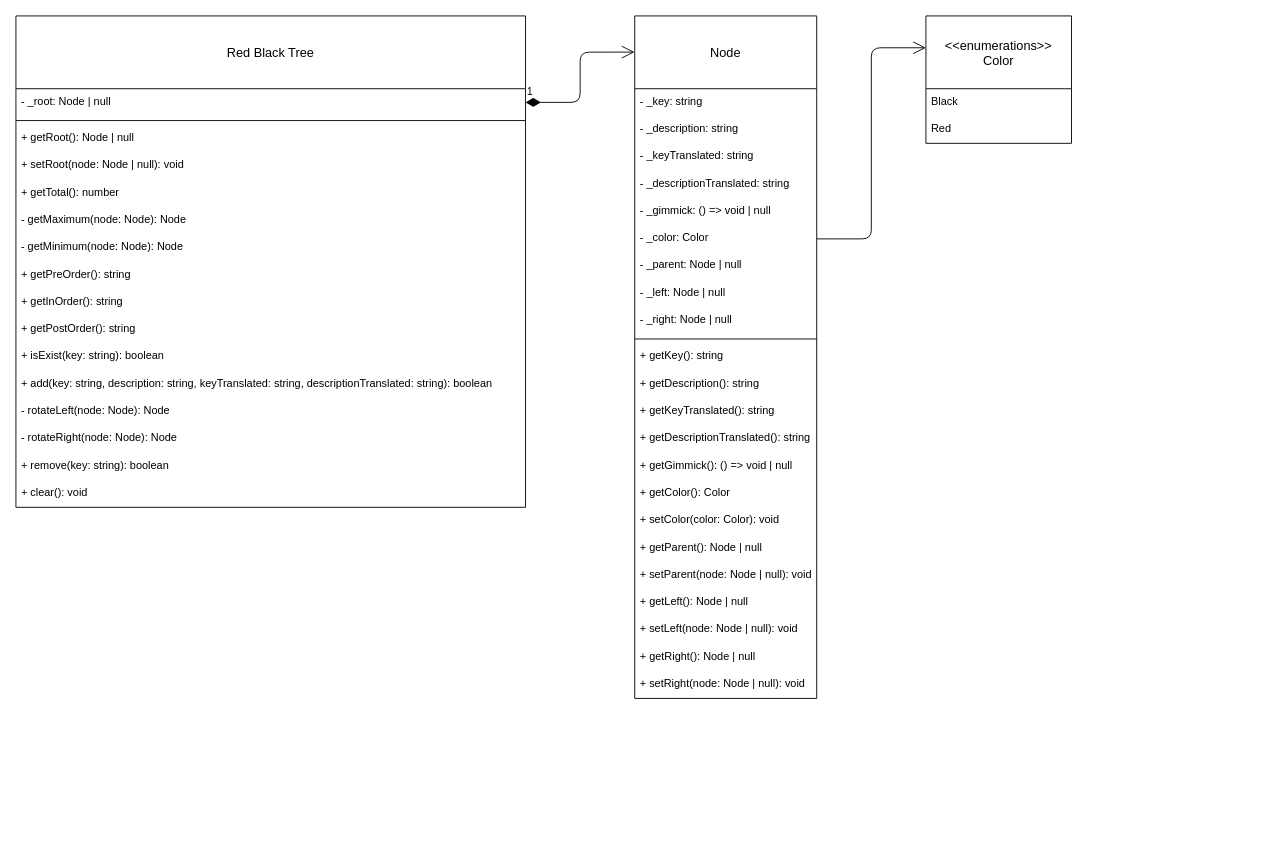
Above: diagram/class-diagram.drawio in Lexionary/Lexionary (draw.io), before the change. Source tidied: cells renumbered, new cells numbered last; positions are measured from the earlier drawing's top-left corner, leaving out a move shared by most shapes. Both pictures are drawn from the tidied source at 91%, with x=0, y=0 at pixel (15, 15).
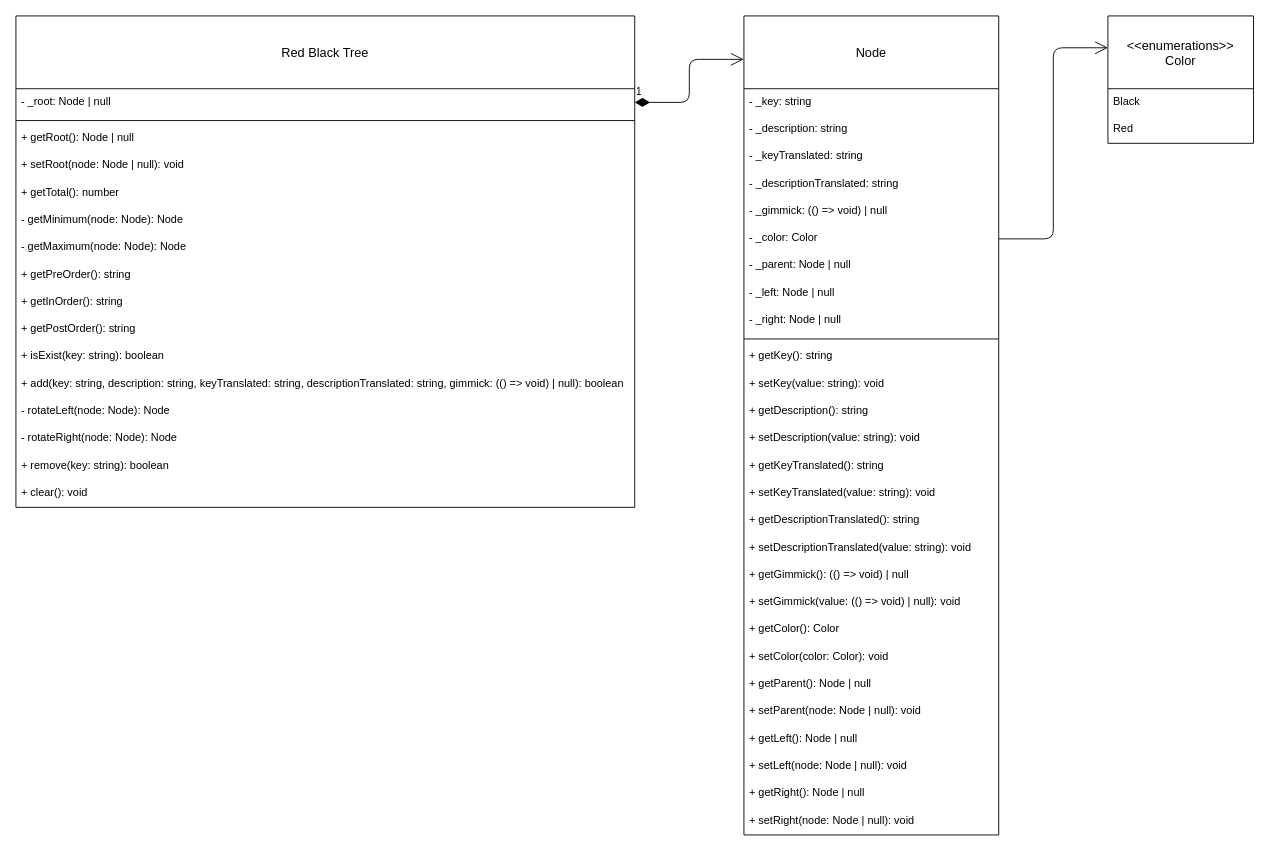
The same diagram, later.

What changed in the source:
```diff
@@
     <mxCell id="2" value="Node" style="swimlane;fontStyle=0;horizontal=1;startSize=80;align=center;fontSize=14;direction=east;" parent="1" vertex="1">
-      <mxGeometry x="680" width="200" height="750" as="geometry" />
+      <mxGeometry x="800" width="280" height="900" as="geometry" />
     </mxCell>
     <mxCell id="3" value="- _key: string" style="text;strokeColor=none;fillColor=none;spacingLeft=4;spacingRight=4;overflow=hidden;fontSize=12;" parent="2" vertex="1">
-      <mxGeometry y="80" width="200" height="30" as="geometry" />
+      <mxGeometry y="80" width="280" height="30" as="geometry" />
     </mxCell>
     <mxCell id="4" value="- _description: string" style="text;strokeColor=none;fillColor=none;spacingLeft=4;spacingRight=4;overflow=hidden;fontSize=12;" parent="2" vertex="1">
-      <mxGeometry y="110" width="200" height="30" as="geometry" />
+      <mxGeometry y="110" width="280" height="30" as="geometry" />
     </mxCell>
     <mxCell id="5" value="- _keyTranslated: string" style="text;strokeColor=none;fillColor=none;spacingLeft=4;spacingRight=4;overflow=hidden;fontSize=12;" parent="2" vertex="1">
-      <mxGeometry y="140" width="200" height="30" as="geometry" />
+      <mxGeometry y="140" width="280" height="30" as="geometry" />
     </mxCell>
     <mxCell id="6" value="- _descriptionTranslated: string" style="text;strokeColor=none;fillColor=none;spacingLeft=4;spacingRight=4;overflow=hidden;fontSize=12;" parent="2" vertex="1">
-      <mxGeometry y="170" width="200" height="30" as="geometry" />
+      <mxGeometry y="170" width="280" height="30" as="geometry" />
     </mxCell>
-    <mxCell id="7" value="- _gimmick: () =&gt; void | null" style="text;strokeColor=none;fillColor=none;spacingLeft=4;spacingRight=4;overflow=hidden;fontSize=12;" parent="2" vertex="1">
-      <mxGeometry y="200" width="200" height="30" as="geometry" />
+    <mxCell id="7" value="- _gimmick: (() =&gt; void) | null" style="text;strokeColor=none;fillColor=none;spacingLeft=4;spacingRight=4;overflow=hidden;fontSize=12;" parent="2" vertex="1">
+      <mxGeometry y="200" width="280" height="30" as="geometry" />
     </mxCell>
     <mxCell id="8" value="- _color: Color" style="text;strokeColor=none;fillColor=none;spacingLeft=4;spacingRight=4;overflow=hidden;points=[[0,0.5],[1,0.5]];portConstraint=eastwest;fontSize=12;" parent="2" vertex="1">
-      <mxGeometry y="230" width="200" height="30" as="geometry" />
+      <mxGeometry y="230" width="280" height="30" as="geometry" />
     </mxCell>
     <mxCell id="9" value="- _parent: Node | null" style="text;strokeColor=none;fillColor=none;spacingLeft=4;spacingRight=4;overflow=hidden;fontSize=12;" parent="2" vertex="1">
-      <mxGeometry y="260" width="200" height="30" as="geometry" />
+      <mxGeometry y="260" width="280" height="30" as="geometry" />
     </mxCell>
     <mxCell id="10" value="- _left: Node | null" style="text;strokeColor=none;fillColor=none;spacingLeft=4;spacingRight=4;overflow=hidden;fontSize=12;" parent="2" vertex="1">
-      <mxGeometry y="290" width="200" height="30" as="geometry" />
+      <mxGeometry y="290" width="280" height="30" as="geometry" />
     </mxCell>
     <mxCell id="11" value="- _right: Node | null" style="text;strokeColor=none;fillColor=none;spacingLeft=4;spacingRight=4;overflow=hidden;fontSize=12;" parent="2" vertex="1">
-      <mxGeometry y="320" width="200" height="30" as="geometry" />
+      <mxGeometry y="320" width="280" height="30" as="geometry" />
     </mxCell>
     <mxCell id="12" style="line;strokeWidth=1;dashed=0;labelPosition=right;align=left;verticalAlign=middle;spacingTop=0;spacingLeft=6;" parent="2" vertex="1">
-      <mxGeometry y="350" width="200" height="10" as="geometry" />
+      <mxGeometry y="350" width="280" height="10" as="geometry" />
     </mxCell>
     <mxCell id="13" value="+ getKey(): string" style="text;strokeColor=none;fillColor=none;spacingLeft=4;spacingRight=4;overflow=hidden;fontSize=12;" parent="2" vertex="1">
-      <mxGeometry y="360" width="200" height="30" as="geometry" />
+      <mxGeometry y="360" width="280" height="30" as="geometry" />
     </mxCell>
+    <mxCell id="48" value="+ setKey(value: string): void" style="text;strokeColor=none;fillColor=none;spacingLeft=4;spacingRight=4;overflow=hidden;fontSize=12;" parent="2" vertex="1">
+      <mxGeometry y="390" width="280" height="30" as="geometry" />
+    </mxCell>
     <mxCell id="14" value="+ getDescription(): string" style="text;strokeColor=none;fillColor=none;spacingLeft=4;spacingRight=4;overflow=hidden;fontSize=12;" parent="2" vertex="1">
-      <mxGeometry y="390" width="200" height="30" as="geometry" />
+      <mxGeometry y="420" width="280" height="30" as="geometry" />
     </mxCell>
+    <mxCell id="49" value="+ setDescription(value: string): void" style="text;strokeColor=none;fillColor=none;spacingLeft=4;spacingRight=4;overflow=hidden;fontSize=12;" parent="2" vertex="1">
+      <mxGeometry y="450" width="280" height="30" as="geometry" />
+    </mxCell>
     <mxCell id="15" value="+ getKeyTranslated(): string" style="text;strokeColor=none;fillColor=none;spacingLeft=4;spacingRight=4;overflow=hidden;fontSize=12;" parent="2" vertex="1">
-      <mxGeometry y="420" width="200" height="30" as="geometry" />
+      <mxGeometry y="480" width="280" height="30" as="geometry" />
     </mxCell>
+    <mxCell id="50" value="+ setKeyTranslated(value: string): void" style="text;strokeColor=none;fillColor=none;spacingLeft=4;spacingRight=4;overflow=hidden;fontSize=12;" parent="2" vertex="1">
+      <mxGeometry y="510" width="280" height="30" as="geometry" />
+    </mxCell>
     <mxCell id="16" value="+ getDescriptionTranslated(): string" style="text;strokeColor=none;fillColor=none;spacingLeft=4;spacingRight=4;overflow=hidden;fontSize=12;" parent="2" vertex="1">
-      <mxGeometry y="450" width="200" height="30" as="geometry" />
+      <mxGeometry y="540" width="280" height="30" as="geometry" />
     </mxCell>
+    <mxCell id="51" value="+ setDescriptionTranslated(value: string): void" style="text;strokeColor=none;fillColor=none;spacingLeft=4;spacingRight=4;overflow=hidden;fontSize=12;" parent="2" vertex="1">
+      <mxGeometry y="570" width="280" height="30" as="geometry" />
+    </mxCell>
-    <mxCell id="17" value="+ getGimmick(): () =&gt; void | null" style="text;strokeColor=none;fillColor=none;spacingLeft=4;spacingRight=4;overflow=hidden;fontSize=12;" parent="2" vertex="1">
-      <mxGeometry y="480" width="200" height="30" as="geometry" />
+    <mxCell id="17" value="+ getGimmick(): (() =&gt; void) | null" style="text;strokeColor=none;fillColor=none;spacingLeft=4;spacingRight=4;overflow=hidden;fontSize=12;" parent="2" vertex="1">
+      <mxGeometry y="600" width="280" height="30" as="geometry" />
     </mxCell>
+    <mxCell id="52" value="+ setGimmick(value: (() =&gt; void) | null): void" style="text;strokeColor=none;fillColor=none;spacingLeft=4;spacingRight=4;overflow=hidden;fontSize=12;" parent="2" vertex="1">
+      <mxGeometry y="630" width="280" height="30" as="geometry" />
+    </mxCell>
     <mxCell id="18" value="+ getColor(): Color" style="text;strokeColor=none;fillColor=none;spacingLeft=4;spacingRight=4;overflow=hidden;fontSize=12;" parent="2" vertex="1">
-      <mxGeometry y="510" width="200" height="30" as="geometry" />
+      <mxGeometry y="660" width="280" height="30" as="geometry" />
     </mxCell>
     <mxCell id="19" value="+ setColor(color: Color): void" style="text;strokeColor=none;fillColor=none;spacingLeft=4;spacingRight=4;overflow=hidden;fontSize=12;" parent="2" vertex="1">
-      <mxGeometry y="540" width="200" height="30" as="geometry" />
+      <mxGeometry y="690" width="280" height="30" as="geometry" />
     </mxCell>
     <mxCell id="20" value="+ getParent(): Node | null" style="text;strokeColor=none;fillColor=none;spacingLeft=4;spacingRight=4;overflow=hidden;fontSize=12;" parent="2" vertex="1">
-      <mxGeometry y="570" width="200" height="30" as="geometry" />
+      <mxGeometry y="720" width="280" height="30" as="geometry" />
     </mxCell>
     <mxCell id="21" value="+ setParent(node: Node | null): void" style="text;strokeColor=none;fillColor=none;spacingLeft=4;spacingRight=4;overflow=hidden;fontSize=12;" parent="2" vertex="1">
-      <mxGeometry y="600" width="200" height="30" as="geometry" />
+      <mxGeometry y="750" width="280" height="30" as="geometry" />
     </mxCell>
     <mxCell id="22" value="+ getLeft(): Node | null" style="text;strokeColor=none;fillColor=none;spacingLeft=4;spacingRight=4;overflow=hidden;fontSize=12;" parent="2" vertex="1">
-      <mxGeometry y="630" width="200" height="30" as="geometry" />
+      <mxGeometry y="780" width="280" height="30" as="geometry" />
     </mxCell>
     <mxCell id="23" value="+ setLeft(node: Node | null): void" style="text;strokeColor=none;fillColor=none;spacingLeft=4;spacingRight=4;overflow=hidden;fontSize=12;" parent="2" vertex="1">
-      <mxGeometry y="660" width="200" height="30" as="geometry" />
+      <mxGeometry y="810" width="280" height="30" as="geometry" />
     </mxCell>
     <mxCell id="24" value="+ getRight(): Node | null" style="text;strokeColor=none;fillColor=none;spacingLeft=4;spacingRight=4;overflow=hidden;fontSize=12;" parent="2" vertex="1">
-      <mxGeometry y="690" width="200" height="30" as="geometry" />
+      <mxGeometry y="840" width="280" height="30" as="geometry" />
     </mxCell>
     <mxCell id="25" value="+ setRight(node: Node | null): void" style="text;strokeColor=none;fillColor=none;spacingLeft=4;spacingRight=4;overflow=hidden;fontSize=12;" parent="2" vertex="1">
-      <mxGeometry y="720" width="200" height="30" as="geometry" />
+      <mxGeometry y="870" width="280" height="30" as="geometry" />
     </mxCell>
     <mxCell id="26" value="&lt;&lt;enumerations&gt;&gt;&#10;Color" style="swimlane;fontStyle=0;horizontal=1;startSize=80;align=center;fontSize=14;" parent="1" vertex="1">
-      <mxGeometry x="1000" width="160" height="140" as="geometry" />
+      <mxGeometry x="1200" width="160" height="140" as="geometry" />
     </mxCell>
@@
     <mxCell id="29" value="Red Black Tree" style="swimlane;fontStyle=0;horizontal=1;startSize=80;align=center;fontSize=14;direction=east;" parent="1" vertex="1">
-      <mxGeometry width="560" height="540" as="geometry" />
+      <mxGeometry width="680" height="540" as="geometry" />
     </mxCell>
     <mxCell id="30" value="- _root: Node | null" style="text;strokeColor=none;fillColor=none;spacingLeft=4;spacingRight=4;overflow=hidden;points=[[0,0.5],[1,0.5]];portConstraint=eastwest;fontSize=12;" parent="29" vertex="1">
-      <mxGeometry y="80" width="560" height="30" as="geometry" />
+      <mxGeometry y="80" width="680" height="30" as="geometry" />
     </mxCell>
     <mxCell id="31" style="line;strokeWidth=1;dashed=0;labelPosition=right;align=left;verticalAlign=middle;spacingTop=0;spacingLeft=6;" parent="29" vertex="1">
-      <mxGeometry y="110" width="560" height="10" as="geometry" />
+      <mxGeometry y="110" width="680" height="10" as="geometry" />
     </mxCell>
     <mxCell id="32" value="+ getRoot(): Node | null" style="text;strokeColor=none;fillColor=none;spacingLeft=4;spacingRight=4;overflow=hidden;fontSize=12;" parent="29" vertex="1">
-      <mxGeometry y="120" width="560" height="30" as="geometry" />
+      <mxGeometry y="120" width="680" height="30" as="geometry" />
     </mxCell>
     <mxCell id="33" value="+ setRoot(node: Node | null): void" style="text;strokeColor=none;fillColor=none;spacingLeft=4;spacingRight=4;overflow=hidden;fontSize=12;" parent="29" vertex="1">
-      <mxGeometry y="150" width="560" height="30" as="geometry" />
+      <mxGeometry y="150" width="680" height="30" as="geometry" />
     </mxCell>
     <mxCell id="34" value="+ getTotal(): number" style="text;strokeColor=none;fillColor=none;spacingLeft=4;spacingRight=4;overflow=hidden;fontSize=12;" parent="29" vertex="1">
-      <mxGeometry y="180" width="560" height="30" as="geometry" />
+      <mxGeometry y="180" width="680" height="30" as="geometry" />
     </mxCell>
+    <mxCell id="36" value="- getMinimum(node: Node): Node" style="text;strokeColor=none;fillColor=none;spacingLeft=4;spacingRight=4;overflow=hidden;fontSize=12;" parent="29" vertex="1">
+      <mxGeometry y="210" width="680" height="30" as="geometry" />
+    </mxCell>
     <mxCell id="35" value="- getMaximum(node: Node): Node" style="text;strokeColor=none;fillColor=none;spacingLeft=4;spacingRight=4;overflow=hidden;fontSize=12;" parent="29" vertex="1">
-      <mxGeometry y="210" width="560" height="30" as="geometry" />
+      <mxGeometry y="240" width="680" height="30" as="geometry" />
     </mxCell>
-    <mxCell id="36" value="- getMinimum(node: Node): Node" style="text;strokeColor=none;fillColor=none;spacingLeft=4;spacingRight=4;overflow=hidden;fontSize=12;" parent="29" vertex="1">
-      <mxGeometry y="240" width="560" height="30" as="geometry" />
-    </mxCell>
     <mxCell id="37" value="+ getPreOrder(): string" style="text;strokeColor=none;fillColor=none;spacingLeft=4;spacingRight=4;overflow=hidden;fontSize=12;" parent="29" vertex="1">
-      <mxGeometry y="270" width="560" height="30" as="geometry" />
+      <mxGeometry y="270" width="680" height="30" as="geometry" />
     </mxCell>
     <mxCell id="38" value="+ getInOrder(): string" style="text;strokeColor=none;fillColor=none;spacingLeft=4;spacingRight=4;overflow=hidden;fontSize=12;" parent="29" vertex="1">
-      <mxGeometry y="300" width="560" height="30" as="geometry" />
+      <mxGeometry y="300" width="680" height="30" as="geometry" />
     </mxCell>
     <mxCell id="39" value="+ getPostOrder(): string" style="text;strokeColor=none;fillColor=none;spacingLeft=4;spacingRight=4;overflow=hidden;fontSize=12;" parent="29" vertex="1">
-      <mxGeometry y="330" width="560" height="30" as="geometry" />
+      <mxGeometry y="330" width="680" height="30" as="geometry" />
     </mxCell>
     <mxCell id="40" value="+ isExist(key: string): boolean" style="text;strokeColor=none;fillColor=none;spacingLeft=4;spacingRight=4;overflow=hidden;fontSize=12;" parent="29" vertex="1">
-      <mxGeometry y="360" width="560" height="30" as="geometry" />
+      <mxGeometry y="360" width="680" height="30" as="geometry" />
     </mxCell>
-    <mxCell id="41" value="+ add(key: string, description: string, keyTranslated: string, descriptionTranslated: string): boolean" style="text;strokeColor=none;fillColor=none;spacingLeft=4;spacingRight=4;overflow=hidden;fontSize=12;" parent="29" vertex="1">
-      <mxGeometry y="390" width="560" height="30" as="geometry" />
+    <mxCell id="41" value="+ add(key: string, description: string, keyTranslated: string, descriptionTranslated: string, gimmick: (() =&gt; void) | null): boolean" style="text;strokeColor=none;fillColor=none;spacingLeft=4;spacingRight=4;overflow=hidden;fontSize=12;" parent="29" vertex="1">
+      <mxGeometry y="390" width="680" height="30" as="geometry" />
     </mxCell>
     <mxCell id="42" value="- rotateLeft(node: Node): Node" style="text;strokeColor=none;fillColor=none;spacingLeft=4;spacingRight=4;overflow=hidden;fontSize=12;" parent="29" vertex="1">
-      <mxGeometry y="420" width="560" height="30" as="geometry" />
+      <mxGeometry y="420" width="680" height="30" as="geometry" />
     </mxCell>
     <mxCell id="43" value="- rotateRight(node: Node): Node" style="text;strokeColor=none;fillColor=none;spacingLeft=4;spacingRight=4;overflow=hidden;fontSize=12;" parent="29" vertex="1">
-      <mxGeometry y="450" width="560" height="30" as="geometry" />
+      <mxGeometry y="450" width="680" height="30" as="geometry" />
     </mxCell>
     <mxCell id="44" value="+ remove(key: string): boolean" style="text;strokeColor=none;fillColor=none;spacingLeft=4;spacingRight=4;overflow=hidden;fontSize=12;" parent="29" vertex="1">
-      <mxGeometry y="480" width="560" height="30" as="geometry" />
+      <mxGeometry y="480" width="680" height="30" as="geometry" />
     </mxCell>
     <mxCell id="45" value="+ clear(): void" style="text;strokeColor=none;fillColor=none;spacingLeft=4;spacingRight=4;overflow=hidden;fontSize=12;" parent="29" vertex="1">
-      <mxGeometry y="510" width="560" height="30" as="geometry" />
+      <mxGeometry y="510" width="680" height="30" as="geometry" />
     </mxCell>
```
